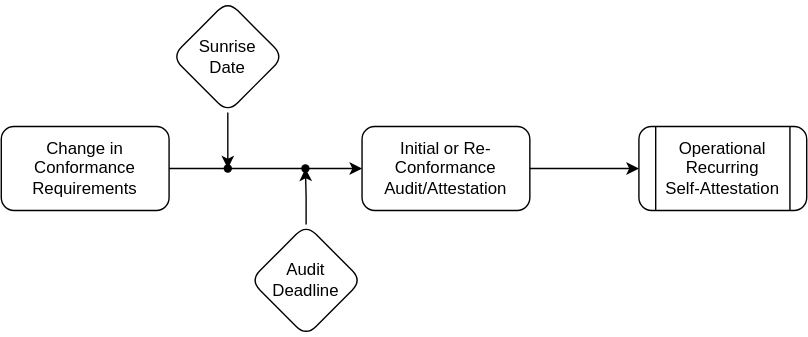
Above: DRAFT/assets/oci-self-attestation-process.svg in Open-Credentialing-Initiative/Conformance-Program (draw.io), before the change. Source tidied: cells renumbered, new cells last; positions are measured from the earlier drawing's top-left corner, leaving out a move shared by most shapes. Its diagram source:
```xml
<mxGraphModel>
  <root>
    <mxCell id="0" />
    <mxCell id="1" parent="0" />
    <mxCell id="2" style="edgeStyle=orthogonalEdgeStyle;rounded=0;jettySize=auto;html=1;" parent="1" edge="1" source="11" target="5">
      <mxGeometry relative="1" as="geometry" />
    </mxCell>
    <mxCell id="3" value="Change in Conformance Requirements" style="rounded=1;whiteSpace=wrap;html=1;" parent="1" vertex="1">
      <mxGeometry y="90" width="120" height="60" as="geometry" />
    </mxCell>
    <mxCell id="4" style="edgeStyle=orthogonalEdgeStyle;rounded=0;jettySize=auto;html=1;entryX=0;entryY=0.5;entryDx=0;entryDy=0;" parent="1" edge="1" source="5" target="12">
      <mxGeometry relative="1" as="geometry" />
    </mxCell>
    <mxCell id="5" value="Initial or Re-Conformance&lt;br&gt;Audit/Attestation" style="whiteSpace=wrap;html=1;rounded=1;" parent="1" vertex="1">
      <mxGeometry x="258" y="90" width="120" height="60" as="geometry" />
    </mxCell>
    <mxCell id="6" value="Sunrise&lt;br&gt;Date" style="rhombus;whiteSpace=wrap;html=1;rounded=1;" parent="1" vertex="1">
      <mxGeometry x="122" width="80" height="80" as="geometry" />
    </mxCell>
    <mxCell id="7" style="edgeStyle=orthogonalEdgeStyle;rounded=0;jettySize=auto;html=1;exitX=0.5;exitY=0;exitDx=0;exitDy=0;entryX=0.661;entryY=0.619;entryDx=0;entryDy=0;entryPerimeter=0;" parent="1" edge="1" source="13" target="9">
      <mxGeometry relative="1" as="geometry" />
    </mxCell>
    <mxCell id="8" style="endArrow=classic;html=1;rounded=0;exitX=0.5;exitY=1;exitDx=0;exitDy=0;entryX=0.634;entryY=0.746;entryDx=0;entryDy=0;entryPerimeter=0;" parent="1" edge="1" source="6" target="11">
      <mxGeometry relative="1" as="geometry" />
    </mxCell>
    <mxCell id="9" style="shape=waypoint;sketch=0;size=6;points=[];fillColor=default;perimeter=centerPerimeter;snapToPoint=1;rounded=1;" parent="1" vertex="1">
      <mxGeometry x="207.5" y="110" width="20" height="20" as="geometry" />
    </mxCell>
    <mxCell id="10" style="rounded=0;jettySize=auto;html=1;endArrow=none;endFill=0;" parent="1" edge="1" source="3" target="11">
      <mxGeometry relative="1" as="geometry" />
    </mxCell>
    <mxCell id="11" style="shape=waypoint;sketch=0;size=6;points=[];fillColor=default;perimeter=centerPerimeter;snapToPoint=1;rounded=1;" parent="1" vertex="1">
      <mxGeometry x="152" y="110" width="20" height="20" as="geometry" />
    </mxCell>
    <mxCell id="12" value="Operational Recurring&lt;br&gt;Self-Attestation" style="shape=process;whiteSpace=wrap;html=1;backgroundOutline=1;rounded=1;" parent="1" vertex="1">
      <mxGeometry x="456" y="90" width="120" height="60" as="geometry" />
    </mxCell>
    <mxCell id="13" value="Audit&lt;br style=&quot;border-color: var(--border-color);&quot;&gt;Deadline" style="rhombus;whiteSpace=wrap;html=1;rounded=1;" parent="1" vertex="1">
      <mxGeometry x="178" y="160" width="80" height="80" as="geometry" />
    </mxCell>
  </root>
</mxGraphModel>
```
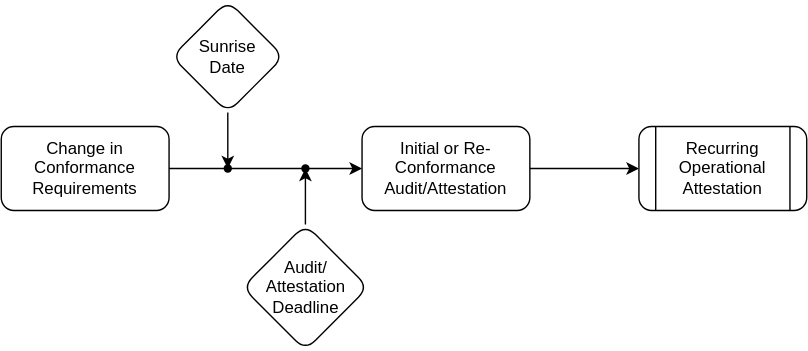
After the change.

Commit message:
deploy: 3fa03d1ba943bcb57dd5bf8bfddba06f81c97251

What changed in the source:
```diff
@@ -32,11 +32,11 @@
     <mxCell id="11" style="shape=waypoint;sketch=0;size=6;points=[];fillColor=default;perimeter=centerPerimeter;snapToPoint=1;rounded=1;" parent="1" vertex="1">
       <mxGeometry x="152" y="110" width="20" height="20" as="geometry" />
     </mxCell>
-    <mxCell id="12" value="Operational Recurring&lt;br&gt;Self-Attestation" style="shape=process;whiteSpace=wrap;html=1;backgroundOutline=1;rounded=1;" parent="1" vertex="1">
+    <mxCell id="12" value="Recurring&lt;br&gt;Operational&lt;br&gt;Attestation" style="shape=process;whiteSpace=wrap;html=1;backgroundOutline=1;rounded=1;" parent="1" vertex="1">
       <mxGeometry x="456" y="90" width="120" height="60" as="geometry" />
     </mxCell>
-    <mxCell id="13" value="Audit&lt;br style=&quot;border-color: var(--border-color);&quot;&gt;Deadline" style="rhombus;whiteSpace=wrap;html=1;rounded=1;" parent="1" vertex="1">
-      <mxGeometry x="178" y="160" width="80" height="80" as="geometry" />
+    <mxCell id="13" value="Audit/&lt;br&gt;Attestation&lt;br style=&quot;border-color: var(--border-color);&quot;&gt;Deadline" style="rhombus;whiteSpace=wrap;html=1;rounded=1;" parent="1" vertex="1">
+      <mxGeometry x="172.5" y="160" width="90" height="90" as="geometry" />
     </mxCell>
   </root>
 </mxGraphModel>
```
